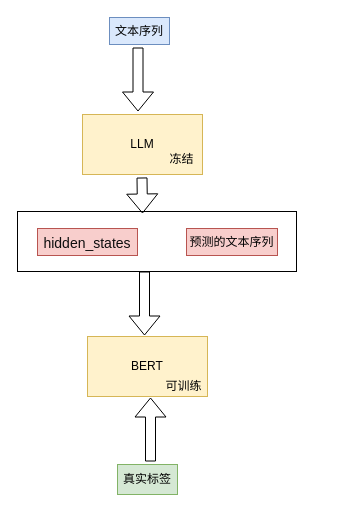
The draw.io diagram ky01.drawio in MrLeiPan/draw, before the edit. Source tidied: cells renumbered, new cells numbered last; positions are measured from the earlier drawing's top-left corner, leaving out a move shared by most shapes. Both pictures are drawn from the tidied source at 100%, with x=0, y=0 at pixel (17, 17).
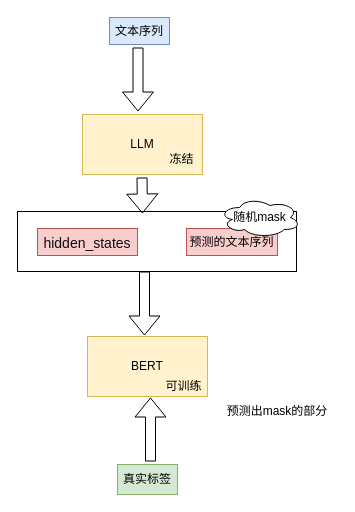
Above is the later version.

Change to the diagram source:
```diff
@@
+    <mxCell id="15" value="随机mask" style="ellipse;shape=cloud;whiteSpace=wrap;html=1;" parent="1" vertex="1">
+      <mxGeometry x="202" y="180" width="81" height="40" as="geometry" />
+    </mxCell>
+    <mxCell id="16" value="预测出mask的部分" style="text;html=1;align=center;verticalAlign=middle;whiteSpace=wrap;rounded=0;" parent="1" vertex="1">
+      <mxGeometry x="200" y="379" width="120" height="30" as="geometry" />
+    </mxCell>
```
